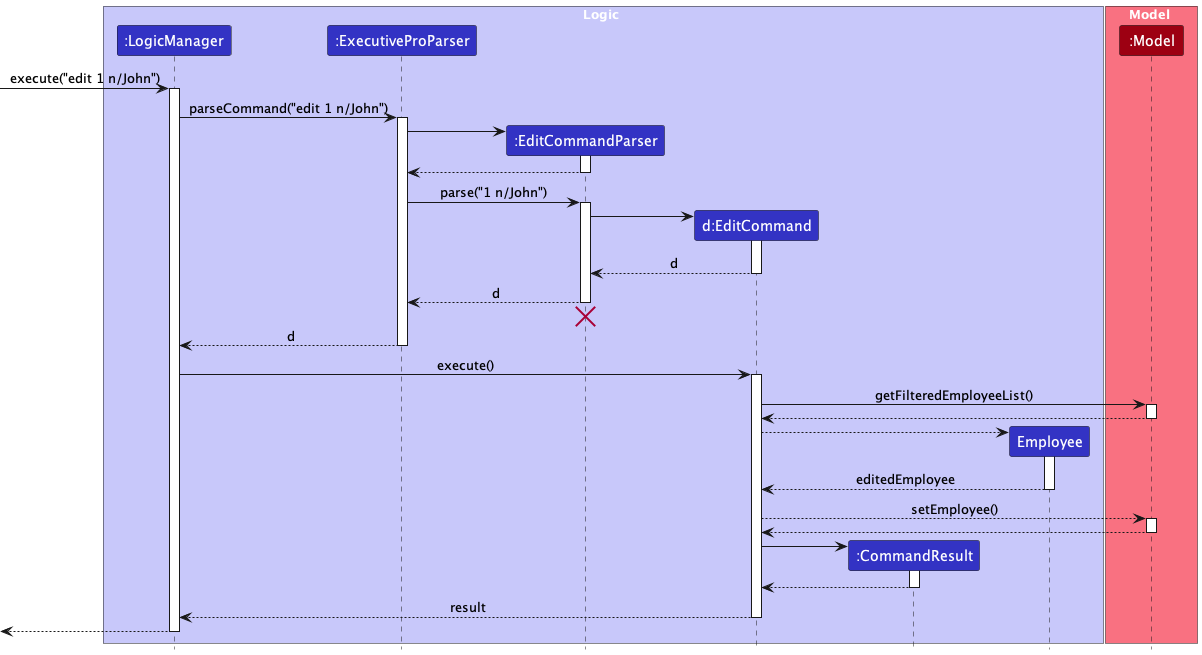
Before: docs/images/EditSequenceDiagram.png, a diagram exported from PlantUML (nus-cs2103-AY2223S2/tp).
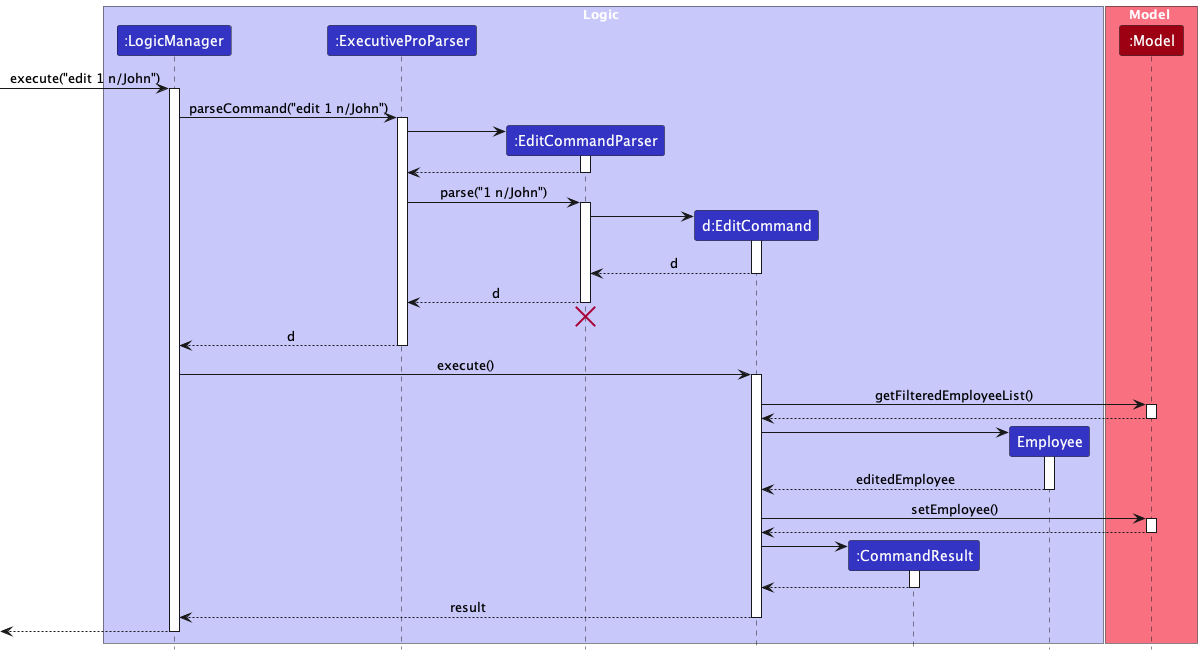
The same diagram one commit later.

Commit message:
Update DG and UML diagrams for leave and edit command

Change to the diagram source:
```diff
@@ -55,13 +55,13 @@
 deactivate Model
 
 create Employee
-EditCommand --> Employee
+EditCommand -> Employee
 activate Employee
 
 Employee --> EditCommand : editedEmployee
 deactivate Employee
 
-EditCommand --> Model : setEmployee()
+EditCommand -> Model : setEmployee()
 activate Model
 Model --> EditCommand
 deactivate Model
```
